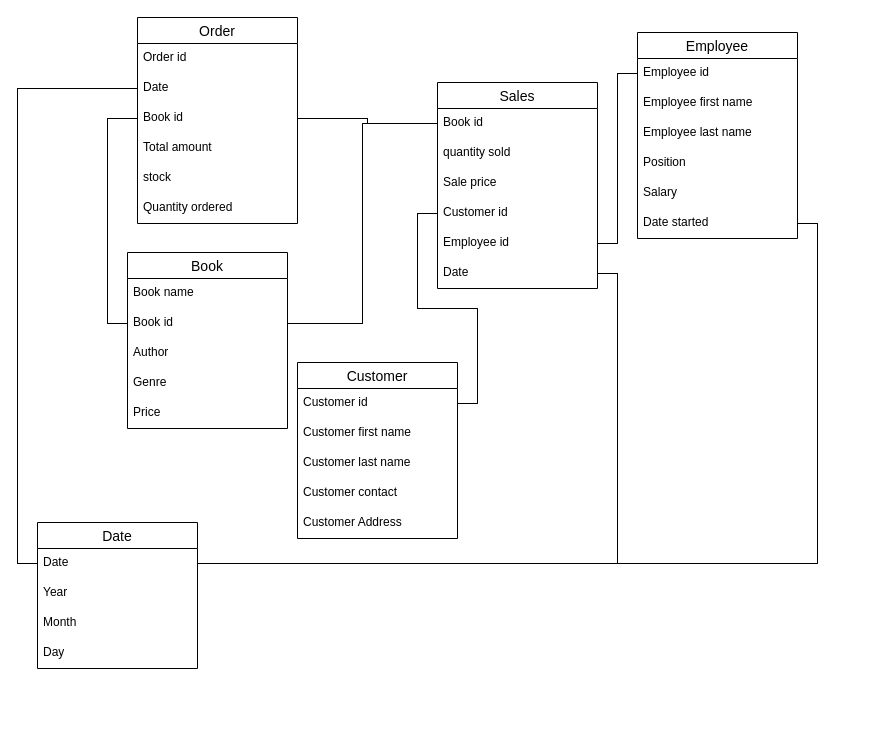
Above: 02_activities/assignments/2.drawio in Sdong23/sql (draw.io), before the change. Source tidied: cells renumbered, new cells numbered last; positions are measured from the earlier drawing's top-left corner, leaving out a move shared by most shapes. Both pictures are drawn from the tidied source at 100%, with x=0, y=0 at pixel (37, 17).
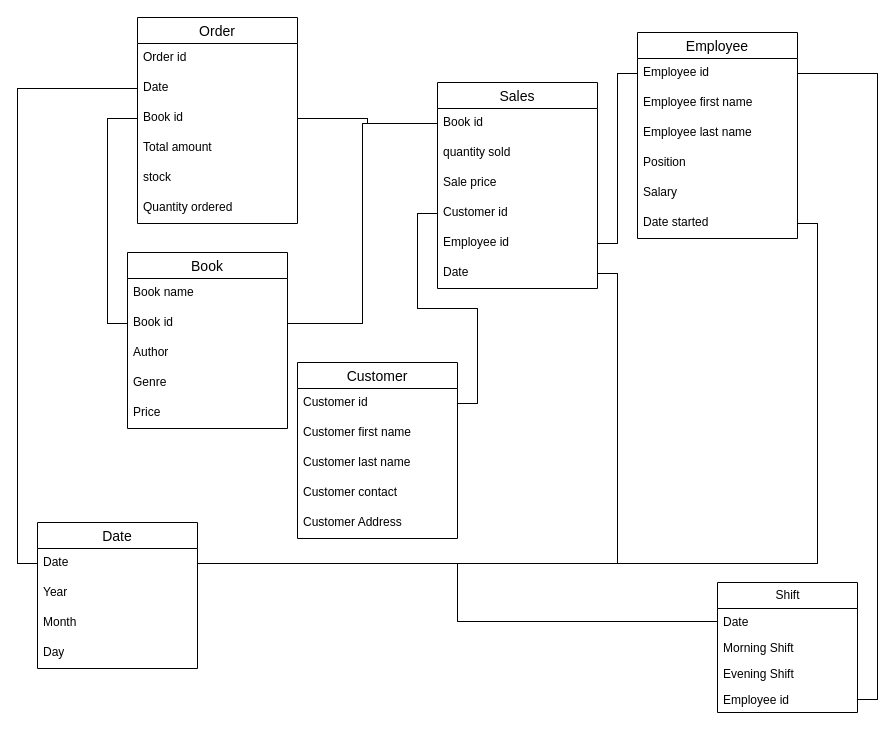
After the change.

Commit message:
shift table added

Unchanged cells that the change refers to:
```xml
<mxCell id="3" value="Employee id" style="text;strokeColor=none;fillColor=none;spacingLeft=4;spacingRight=4;overflow=hidden;points=[[0,0.5],[1,0.5]];portConstraint=eastwest;fontSize=12;whiteSpace=wrap;html=1;" parent="2" vertex="1">
  <mxGeometry y="26" width="160" height="30" as="geometry" />
</mxCell>
<mxCell id="23" value="Date" style="text;strokeColor=none;fillColor=none;spacingLeft=4;spacingRight=4;overflow=hidden;points=[[0,0.5],[1,0.5]];portConstraint=eastwest;fontSize=12;whiteSpace=wrap;html=1;" parent="22" vertex="1">
  <mxGeometry y="26" width="160" height="30" as="geometry" />
</mxCell>
```

Diff of the diagram source:
```diff
@@
+    <mxCell id="48" value="Shift" style="swimlane;fontStyle=0;horizontal=1;startSize=26;fillColor=none;html=1;" parent="1" vertex="1">
+      <mxGeometry x="680" y="565" width="140" height="130" as="geometry" />
+    </mxCell>
+    <mxCell id="49" value="Date" style="text;strokeColor=none;fillColor=none;align=left;verticalAlign=top;spacingLeft=4;spacingRight=4;overflow=hidden;points=[[0,0.5],[1,0.5]];portConstraint=eastwest;whiteSpace=wrap;html=1;" parent="48" vertex="1">
+      <mxGeometry y="26" width="140" height="26" as="geometry" />
+    </mxCell>
+    <mxCell id="50" value="Morning Shift" style="text;strokeColor=none;fillColor=none;align=left;verticalAlign=top;spacingLeft=4;spacingRight=4;overflow=hidden;whiteSpace=wrap;html=1;" parent="48" vertex="1">
+      <mxGeometry y="52" width="140" height="26" as="geometry" />
+    </mxCell>
+    <mxCell id="51" value="Evening Shift" style="text;strokeColor=none;fillColor=none;align=left;verticalAlign=top;spacingLeft=4;spacingRight=4;overflow=hidden;whiteSpace=wrap;html=1;" parent="48" vertex="1">
+      <mxGeometry y="78" width="140" height="26" as="geometry" />
+    </mxCell>
+    <mxCell id="52" value="Employee id" style="text;strokeColor=none;fillColor=none;align=left;verticalAlign=top;spacingLeft=4;spacingRight=4;overflow=hidden;points=[[0,0.5],[1,0.5]];portConstraint=eastwest;whiteSpace=wrap;html=1;" parent="48" vertex="1">
+      <mxGeometry y="104" width="140" height="26" as="geometry" />
+    </mxCell>
+    <mxCell id="53" style="edgeStyle=orthogonalEdgeStyle;rounded=0;jettySize=auto;html=1;exitX=1;exitY=0.5;exitDx=0;exitDy=0;entryX=0;entryY=0.5;entryDx=0;entryDy=0;shape=link;width=0;" parent="1" edge="1" source="23" target="49">
+      <mxGeometry relative="1" as="geometry" />
+    </mxCell>
+    <mxCell id="54" style="edgeStyle=orthogonalEdgeStyle;rounded=0;jettySize=auto;html=1;exitX=1;exitY=0.5;exitDx=0;exitDy=0;entryX=1;entryY=0.5;entryDx=0;entryDy=0;shape=link;width=0;" parent="1" edge="1" source="3" target="52">
+      <mxGeometry relative="1" as="geometry" />
+    </mxCell>
```
